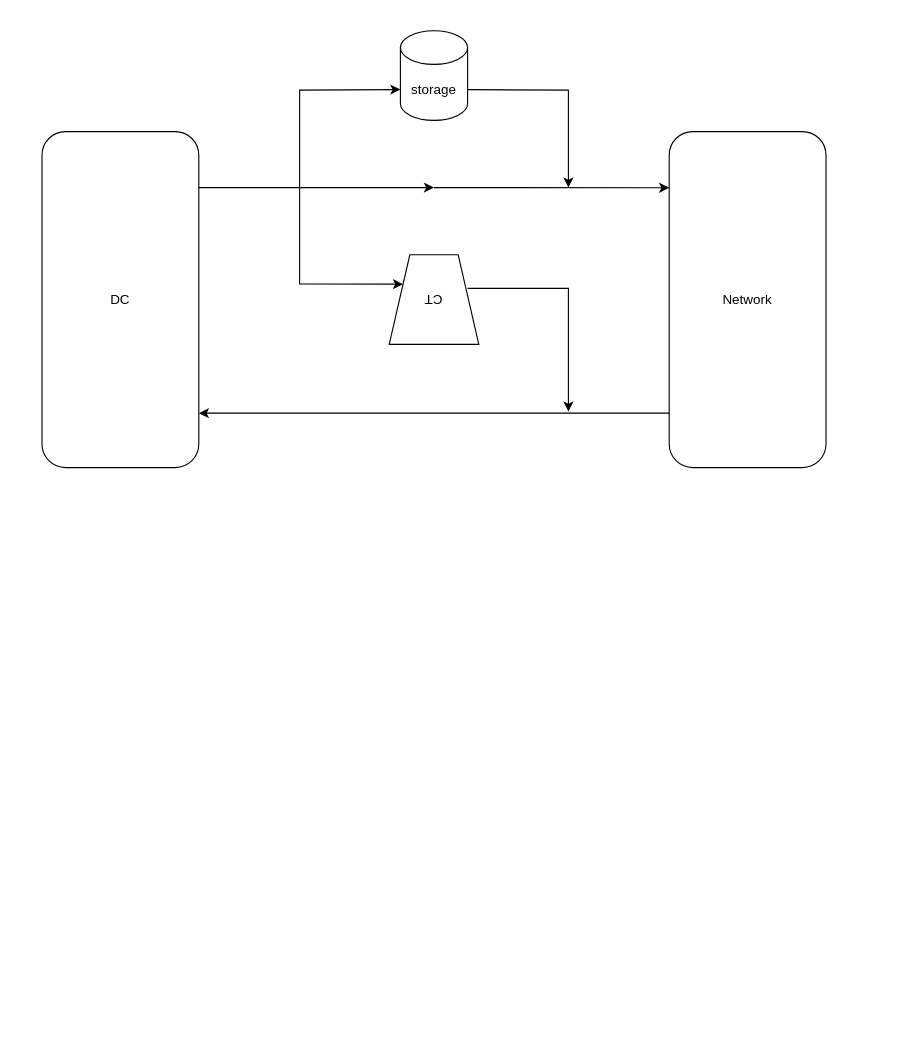
Before: Diagramme sans nom.drawio in Maxime-samoey-ulb/master_thesis_202425, a draw.io diagram. Source tidied: cells renumbered, new cells numbered last; positions are measured from the earlier drawing's top-left corner, leaving out a move shared by most shapes. Both pictures are drawn from the tidied source at 112%, with x=0, y=0 at pixel (41, 30).
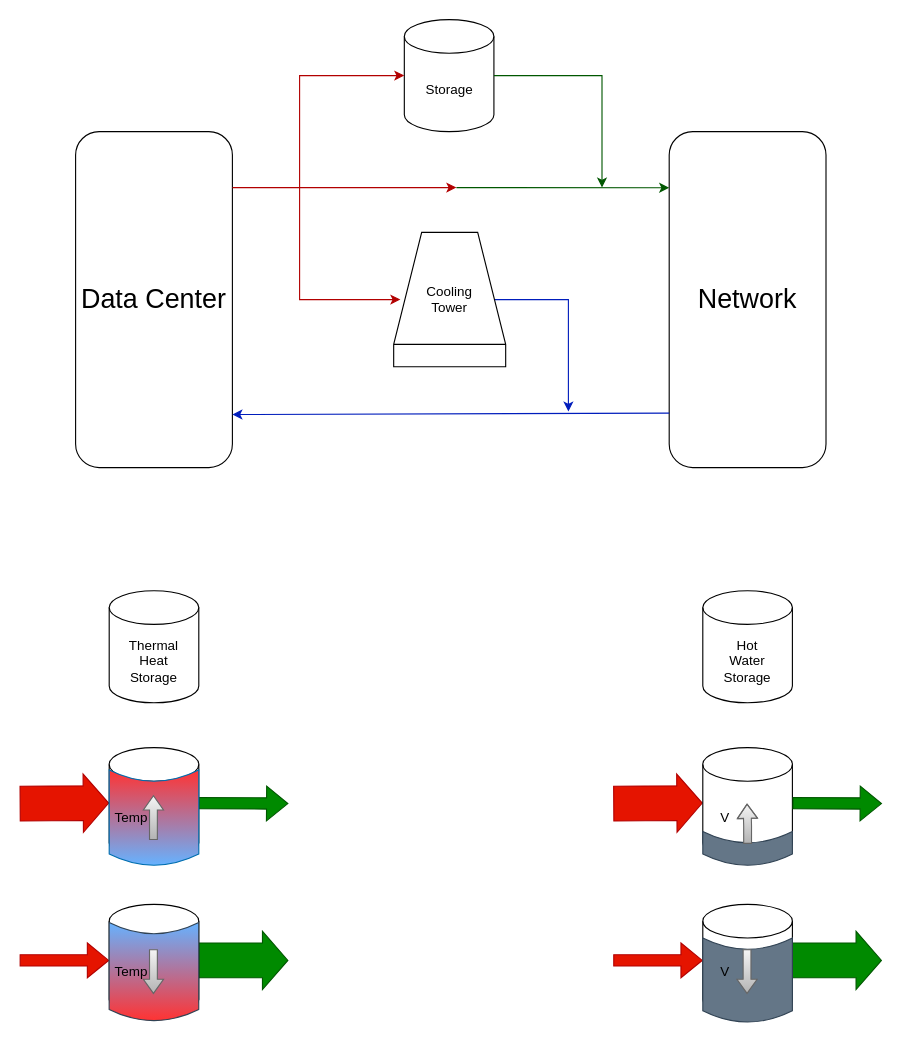
After the change.

What changed in the source:
```diff
@@
-    <mxCell id="2" value="DC" style="rounded=1;whiteSpace=wrap;html=1;" parent="1" vertex="1">
-      <mxGeometry y="90" width="140" height="300" as="geometry" />
+    <mxCell id="2" value="&lt;font style=&quot;font-size: 24px;&quot;&gt;Data Center&lt;/font&gt;" style="rounded=1;whiteSpace=wrap;html=1;" parent="1" vertex="1">
+      <mxGeometry x="30" y="90" width="140" height="300" as="geometry" />
     </mxCell>
-    <mxCell id="3" value="storage" style="shape=cylinder3;whiteSpace=wrap;html=1;boundedLbl=1;backgroundOutline=1;size=15;" parent="1" vertex="1">
-      <mxGeometry x="320" width="60" height="80" as="geometry" />
+    <mxCell id="3" value="Storage" style="shape=cylinder3;whiteSpace=wrap;html=1;boundedLbl=1;backgroundOutline=1;size=15;" parent="1" vertex="1">
+      <mxGeometry x="323.5" y="-10" width="80" height="100" as="geometry" />
     </mxCell>
-    <mxCell id="4" value="CT" style="verticalLabelPosition=middle;verticalAlign=middle;html=1;shape=trapezoid;perimeter=trapezoidPerimeter;whiteSpace=wrap;size=0.23;arcSize=10;flipV=1;labelPosition=center;align=center;rotation=-180;" parent="1" vertex="1">
-      <mxGeometry x="310" y="200" width="80" height="80" as="geometry" />
-    </mxCell>
-    <mxCell id="5" value="Network" style="rounded=1;whiteSpace=wrap;html=1;" parent="1" vertex="1">
+    <mxCell id="5" value="&lt;font style=&quot;font-size: 24px;&quot;&gt;Network&lt;/font&gt;" style="rounded=1;whiteSpace=wrap;html=1;" parent="1" vertex="1">
       <mxGeometry x="560" y="90" width="140" height="300" as="geometry" />
     </mxCell>
-    <mxCell id="6" style="endArrow=classic;html=1;rounded=0;" parent="1" edge="1">
+    <mxCell id="6" style="endArrow=classic;html=1;rounded=0;fillColor=#e51400;strokeColor=#B20000;" parent="1" edge="1">
       <mxGeometry relative="1" as="geometry">
-        <mxPoint x="140" y="140" as="sourcePoint" />
-        <mxPoint x="350" y="140" as="targetPoint" />
+        <mxPoint x="170" y="140" as="sourcePoint" />
+        <mxPoint x="370" y="140" as="targetPoint" />
       </mxGeometry>
     </mxCell>
-    <mxCell id="7" style="endArrow=classic;html=1;rounded=0;entryX=0;entryY=0;entryDx=0;entryDy=52.5;entryPerimeter=0;" parent="1" edge="1" target="3">
+    <mxCell id="7" style="endArrow=classic;html=1;rounded=0;entryX=0;entryY=0.5;entryDx=0;entryDy=0;entryPerimeter=0;fillColor=#e51400;strokeColor=#B20000;" parent="1" edge="1" target="3">
       <mxGeometry relative="1" as="geometry">
         <mxPoint x="230" y="140" as="sourcePoint" />
         <Array as="points">
-          <mxPoint x="230" y="53" />
+          <mxPoint x="230" y="40" />
         </Array>
       </mxGeometry>
     </mxCell>
-    <mxCell id="8" style="endArrow=classic;html=1;rounded=0;entryX=1;entryY=0.75;entryDx=0;entryDy=0;" parent="1" edge="1" target="4">
+    <mxCell id="8" style="endArrow=classic;html=1;rounded=0;fillColor=#e51400;strokeColor=#B20000;" parent="1" edge="1">
       <mxGeometry relative="1" as="geometry">
         <mxPoint x="230" y="140" as="sourcePoint" />
+        <mxPoint x="320" y="240" as="targetPoint" />
         <Array as="points">
-          <mxPoint x="230" y="226" />
+          <mxPoint x="230" y="240" />
         </Array>
       </mxGeometry>
     </mxCell>
-    <mxCell id="9" style="endArrow=classic;html=1;rounded=0;entryX=0;entryY=0.167;entryDx=0;entryDy=0;entryPerimeter=0;" parent="1" edge="1" target="5">
+    <mxCell id="9" style="endArrow=classic;html=1;rounded=0;entryX=0;entryY=0.167;entryDx=0;entryDy=0;entryPerimeter=0;fillColor=#008a00;strokeColor=#005700;" parent="1" edge="1" target="5">
       <mxGeometry relative="1" as="geometry">
-        <mxPoint x="350" y="140" as="sourcePoint" />
+        <mxPoint x="370" y="140" as="sourcePoint" />
       </mxGeometry>
     </mxCell>
-    <mxCell id="10" style="endArrow=classic;html=1;rounded=0;exitX=1;exitY=0;exitDx=0;exitDy=52.5;exitPerimeter=0;" parent="1" edge="1" source="3">
+    <mxCell id="10" style="endArrow=classic;html=1;rounded=0;exitX=1;exitY=0.5;exitDx=0;exitDy=0;exitPerimeter=0;fillColor=#008a00;strokeColor=#005700;" parent="1" edge="1" source="3">
       <mxGeometry relative="1" as="geometry">
-        <mxPoint x="470" y="140" as="targetPoint" />
+        <mxPoint x="500" y="140" as="targetPoint" />
         <Array as="points">
-          <mxPoint x="470" y="53" />
+          <mxPoint x="500" y="40" />
+          <mxPoint x="500" y="90" />
         </Array>
       </mxGeometry>
     </mxCell>
-    <mxCell id="11" style="endArrow=classic;html=1;rounded=0;exitX=1;exitY=0;exitDx=0;exitDy=52.5;exitPerimeter=0;" parent="1" edge="1">
+    <mxCell id="11" style="endArrow=classic;html=1;rounded=0;fillColor=#0050ef;strokeColor=#001DBC;" parent="1" edge="1">
       <mxGeometry relative="1" as="geometry">
-        <mxPoint x="380" y="230" as="sourcePoint" />
+        <mxPoint x="400" y="240" as="sourcePoint" />
         <mxPoint x="470" y="340" as="targetPoint" />
         <Array as="points">
-          <mxPoint x="470" y="230" />
+          <mxPoint x="470" y="240" />
         </Array>
       </mxGeometry>
     </mxCell>
-    <mxCell id="12" style="endArrow=classic;html=1;rounded=0;entryX=1;entryY=0.838;entryDx=0;entryDy=0;entryPerimeter=0;exitX=0;exitY=0.838;exitDx=0;exitDy=0;exitPerimeter=0;" parent="1" edge="1" source="5" target="2">
+    <mxCell id="12" style="endArrow=classic;html=1;rounded=0;exitX=0;exitY=0.838;exitDx=0;exitDy=0;exitPerimeter=0;fillColor=#0050ef;strokeColor=#001DBC;entryX=1;entryY=0.842;entryDx=0;entryDy=0;entryPerimeter=0;" parent="1" edge="1" source="5" target="2">
       <mxGeometry relative="1" as="geometry" />
     </mxCell>
+    <mxCell id="13" style="verticalLabelPosition=bottom;align=center;dashed=0;html=1;verticalAlign=top;shape=mxgraph.pid.misc.cooling_tower;" parent="1" vertex="1">
+      <mxGeometry x="314" y="180" width="100" height="120" as="geometry" />
+    </mxCell>
+    <mxCell id="14" value="Cooling&lt;div&gt;Tower&lt;/div&gt;" style="text;html=1;align=center;verticalAlign=middle;whiteSpace=wrap;rounded=0;" parent="1" vertex="1">
+      <mxGeometry x="334" y="225" width="60" height="30" as="geometry" />
+    </mxCell>
+    <mxCell id="15" value="&lt;div&gt;Thermal&lt;/div&gt;&lt;div&gt;Heat&lt;/div&gt;Storage" style="shape=cylinder3;whiteSpace=wrap;html=1;boundedLbl=1;backgroundOutline=1;size=15;" parent="1" vertex="1">
+      <mxGeometry x="60" y="500" width="80" height="100" as="geometry" />
+    </mxCell>
+    <mxCell id="16" value="&lt;div&gt;Hot&lt;/div&gt;&lt;div&gt;Water&lt;/div&gt;Storage" style="shape=cylinder3;whiteSpace=wrap;html=1;boundedLbl=1;backgroundOutline=1;size=15;" parent="1" vertex="1">
+      <mxGeometry x="590" y="500" width="80" height="100" as="geometry" />
+    </mxCell>
+    <mxCell id="17" style="shape=flexArrow;endArrow=classic;html=1;rounded=0;fillColor=#e51400;strokeColor=#B20000;width=31;endSize=7.22;" parent="1" edge="1">
+      <mxGeometry relative="1" as="geometry">
+        <mxPoint x="510" y="690" as="sourcePoint" />
+        <mxPoint x="590" y="689.5" as="targetPoint" />
+      </mxGeometry>
+    </mxCell>
+    <mxCell id="18" style="shape=cylinder3;whiteSpace=wrap;html=1;boundedLbl=1;backgroundOutline=1;size=15;" parent="1" vertex="1">
+      <mxGeometry x="590" y="640" width="80" height="100" as="geometry" />
+    </mxCell>
+    <mxCell id="19" style="shape=flexArrow;endArrow=classic;html=1;rounded=0;fillColor=#008a00;strokeColor=#005700;" parent="1" edge="1">
+      <mxGeometry relative="1" as="geometry">
+        <mxPoint x="670" y="689.5" as="sourcePoint" />
+        <mxPoint x="750" y="690" as="targetPoint" />
+      </mxGeometry>
+    </mxCell>
+    <mxCell id="20" style="shape=dataStorage;whiteSpace=wrap;html=1;fixedSize=1;rotation=-90;size=10;fillColor=#647687;strokeColor=#314354;fontColor=#ffffff;" parent="1" vertex="1">
+      <mxGeometry x="615" y="690" width="30" height="80" as="geometry" />
+    </mxCell>
+    <mxCell id="21" style="shape=flexArrow;endArrow=classic;html=1;rounded=0;width=7;endSize=3.89;endWidth=10;exitX=0.633;exitY=0.5;exitDx=0;exitDy=0;exitPerimeter=0;fillColor=#f5f5f5;strokeColor=#666666;gradientColor=#b3b3b3;" parent="1" edge="1" source="20">
+      <mxGeometry relative="1" as="geometry">
+        <mxPoint x="629.5" y="690" as="targetPoint" />
+        <Array as="points">
+          <mxPoint x="630" y="710" />
+        </Array>
+      </mxGeometry>
+    </mxCell>
+    <mxCell id="22" style="shape=flexArrow;endArrow=classic;html=1;rounded=0;fillColor=#008a00;strokeColor=#005700;width=31;endSize=7.22;" parent="1" edge="1">
+      <mxGeometry relative="1" as="geometry">
+        <mxPoint x="667.5" y="830" as="sourcePoint" />
+        <mxPoint x="750" y="830" as="targetPoint" />
+      </mxGeometry>
+    </mxCell>
+    <mxCell id="23" style="shape=cylinder3;whiteSpace=wrap;html=1;boundedLbl=1;backgroundOutline=1;size=15;" parent="1" vertex="1">
+      <mxGeometry x="590" y="780" width="80" height="100" as="geometry" />
+    </mxCell>
+    <mxCell id="24" style="shape=flexArrow;endArrow=classic;html=1;rounded=0;fillColor=#e51400;strokeColor=#B20000;" parent="1" edge="1">
+      <mxGeometry relative="1" as="geometry">
+        <mxPoint x="510" y="830" as="sourcePoint" />
+        <mxPoint x="590" y="830" as="targetPoint" />
+      </mxGeometry>
+    </mxCell>
+    <mxCell id="25" style="shape=dataStorage;whiteSpace=wrap;html=1;fixedSize=1;rotation=-90;size=10;fillColor=#647687;strokeColor=#314354;fontColor=#ffffff;" parent="1" vertex="1">
+      <mxGeometry x="592.5" y="807.5" width="75" height="80" as="geometry" />
+    </mxCell>
+    <mxCell id="26" value="V" style="text;html=1;align=center;verticalAlign=middle;whiteSpace=wrap;rounded=0;" parent="1" vertex="1">
+      <mxGeometry x="600" y="687.5" width="20" height="30" as="geometry" />
+    </mxCell>
+    <mxCell id="27" value="V" style="text;html=1;align=center;verticalAlign=middle;whiteSpace=wrap;rounded=0;" parent="1" vertex="1">
+      <mxGeometry x="600" y="825" width="20" height="30" as="geometry" />
+    </mxCell>
+    <mxCell id="28" style="shape=flexArrow;endArrow=classic;html=1;rounded=0;width=7;endSize=3.89;endWidth=10;fillColor=#f5f5f5;strokeColor=#666666;gradientColor=#b3b3b3;" parent="1" edge="1">
+      <mxGeometry relative="1" as="geometry">
+        <mxPoint x="629.5" y="820" as="sourcePoint" />
+        <mxPoint x="629.5" y="860" as="targetPoint" />
+      </mxGeometry>
+    </mxCell>
+    <mxCell id="29" style="shape=flexArrow;endArrow=classic;html=1;rounded=0;fillColor=#e51400;strokeColor=#B20000;width=31;endSize=7.22;" parent="1" edge="1">
+      <mxGeometry relative="1" as="geometry">
+        <mxPoint x="-20" y="690" as="sourcePoint" />
+        <mxPoint x="60" y="689.5" as="targetPoint" />
+      </mxGeometry>
+    </mxCell>
+    <mxCell id="30" style="shape=cylinder3;whiteSpace=wrap;html=1;boundedLbl=1;backgroundOutline=1;size=15;" parent="1" vertex="1">
+      <mxGeometry x="60" y="640" width="80" height="100" as="geometry" />
+    </mxCell>
+    <mxCell id="31" style="shape=flexArrow;endArrow=classic;html=1;rounded=0;fillColor=#008a00;strokeColor=#005700;" parent="1" edge="1">
+      <mxGeometry relative="1" as="geometry">
+        <mxPoint x="140" y="689.5" as="sourcePoint" />
+        <mxPoint x="220" y="690" as="targetPoint" />
+      </mxGeometry>
+    </mxCell>
+    <mxCell id="32" style="shape=dataStorage;whiteSpace=wrap;html=1;fixedSize=1;rotation=-90;size=10;fillColor=#66B2FF;strokeColor=#006EAF;fontColor=#ffffff;gradientDirection=east;gradientColor=#FF3333;" parent="1" vertex="1">
+      <mxGeometry x="57.5" y="662.5" width="85" height="80" as="geometry" />
+    </mxCell>
+    <mxCell id="33" style="shape=flexArrow;endArrow=classic;html=1;rounded=0;fillColor=#008a00;strokeColor=#005700;width=31;endSize=7.22;" parent="1" edge="1">
+      <mxGeometry relative="1" as="geometry">
+        <mxPoint x="137.5" y="830" as="sourcePoint" />
+        <mxPoint x="220" y="830" as="targetPoint" />
+      </mxGeometry>
+    </mxCell>
+    <mxCell id="34" style="shape=cylinder3;whiteSpace=wrap;html=1;boundedLbl=1;backgroundOutline=1;size=15;" parent="1" vertex="1">
+      <mxGeometry x="60" y="780" width="80" height="100" as="geometry" />
+    </mxCell>
+    <mxCell id="35" style="shape=flexArrow;endArrow=classic;html=1;rounded=0;fillColor=#e51400;strokeColor=#B20000;" parent="1" edge="1">
+      <mxGeometry relative="1" as="geometry">
+        <mxPoint x="-20" y="830" as="sourcePoint" />
+        <mxPoint x="60" y="830" as="targetPoint" />
+      </mxGeometry>
+    </mxCell>
+    <mxCell id="36" style="shape=dataStorage;whiteSpace=wrap;html=1;fixedSize=1;rotation=-90;size=10;fillColor=#FF3333;strokeColor=#314354;fontColor=#ffffff;gradientColor=#66B2FF;gradientDirection=east;" parent="1" vertex="1">
+      <mxGeometry x="56.2" y="800" width="87.5" height="80" as="geometry" />
+    </mxCell>
+    <mxCell id="37" value="Temp" style="text;html=1;align=center;verticalAlign=middle;whiteSpace=wrap;rounded=0;" parent="1" vertex="1">
+      <mxGeometry x="70" y="687.5" width="20" height="30" as="geometry" />
+    </mxCell>
+    <mxCell id="38" value="Temp" style="text;html=1;align=center;verticalAlign=middle;whiteSpace=wrap;rounded=0;" parent="1" vertex="1">
+      <mxGeometry x="70" y="825" width="20" height="30" as="geometry" />
+    </mxCell>
+    <mxCell id="39" style="shape=flexArrow;endArrow=classic;html=1;rounded=0;width=7;endSize=3.89;endWidth=10;fillColor=#f5f5f5;strokeColor=#666666;gradientColor=#b3b3b3;" parent="1" edge="1">
+      <mxGeometry relative="1" as="geometry">
+        <mxPoint x="99.5" y="820" as="sourcePoint" />
+        <mxPoint x="99.5" y="860" as="targetPoint" />
+      </mxGeometry>
+    </mxCell>
+    <mxCell id="40" style="shape=flexArrow;endArrow=classic;html=1;rounded=0;width=7;endSize=3.89;endWidth=10;fillColor=#f5f5f5;strokeColor=#666666;gradientColor=#b3b3b3;" parent="1" edge="1">
+      <mxGeometry relative="1" as="geometry">
+        <mxPoint x="99.5" y="722.5" as="sourcePoint" />
+        <mxPoint x="99.5" y="682.5" as="targetPoint" />
+      </mxGeometry>
+    </mxCell>
```
